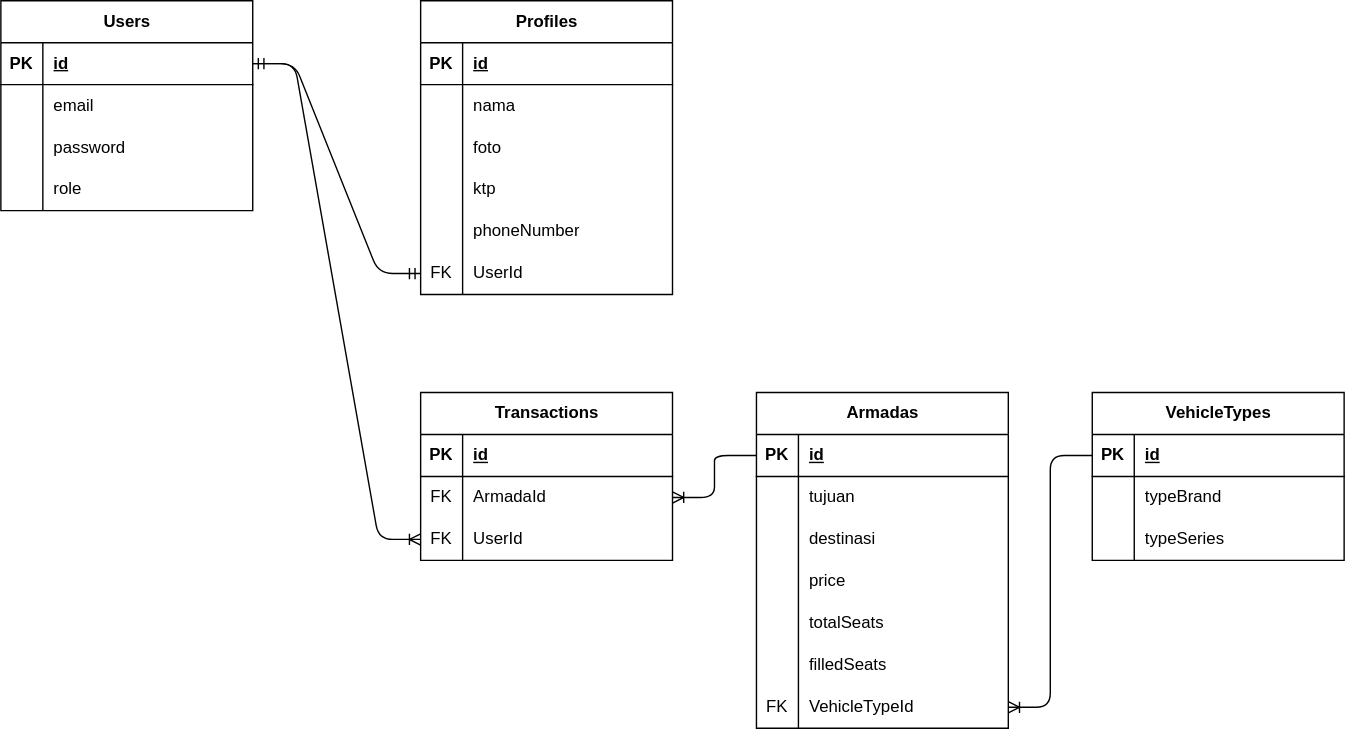
Earlier version of the draw.io export skema.drawio.svg (bondanilham/CahayaTravel). Source tidied: cells renumbered, new cells last; positions are measured from the earlier drawing's top-left corner, leaving out a move shared by most shapes.
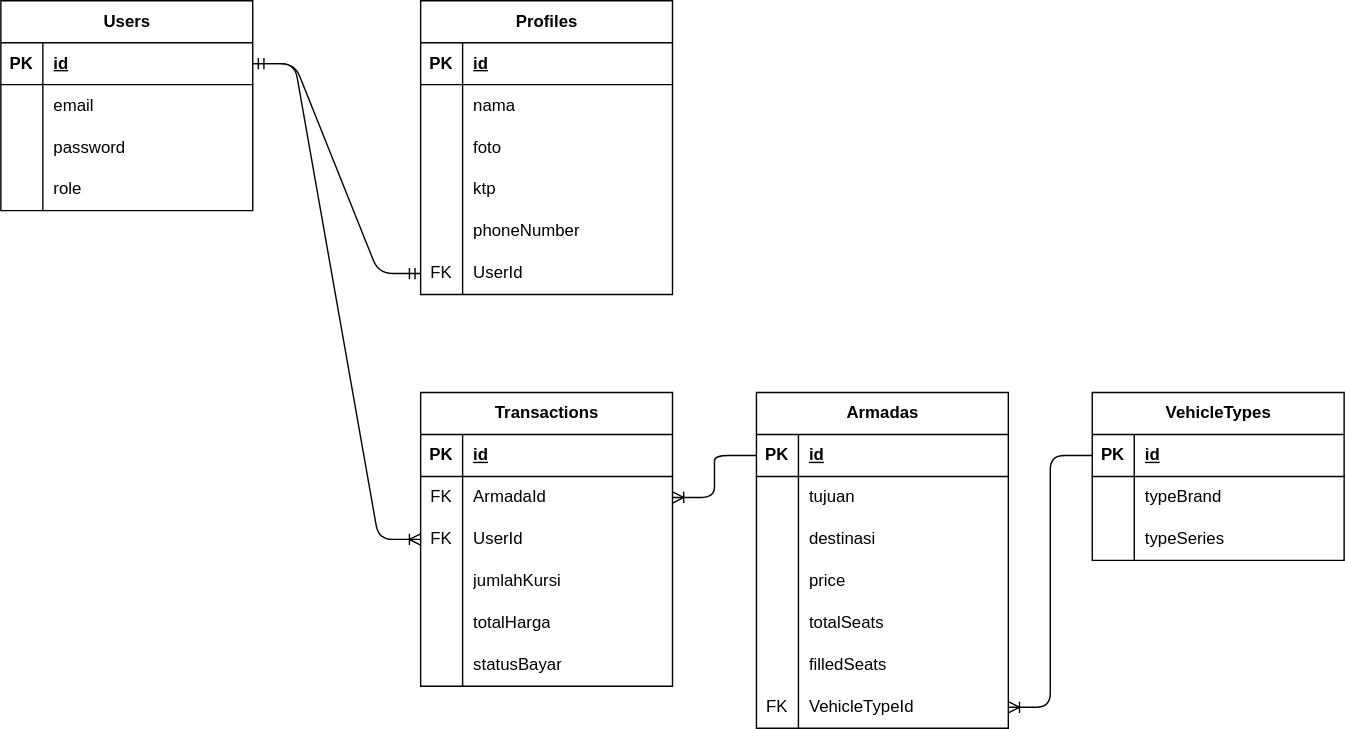
Later version of the same file.

What changed in the source:
```diff
@@ -102,7 +102,7 @@
       <mxGeometry relative="1" as="geometry" />
     </mxCell>
     <mxCell id="35" value="Transactions" style="shape=table;startSize=30;rowLines=0;fontStyle=1;align=center;html=1;" parent="1" vertex="1">
-      <mxGeometry x="300" y="280" width="180" height="120" as="geometry" />
+      <mxGeometry x="300" y="280" width="180" height="210" as="geometry" />
     </mxCell>
     <mxCell id="36" style="shape=tableRow;horizontal=0;startSize=0;swimlaneHead=0;swimlaneBody=0;fillColor=none;top=0;left=0;right=0;bottom=1;" parent="35" vertex="1">
       <mxGeometry y="30" width="180" height="30" as="geometry" />
@@ -131,6 +131,33 @@
     <mxCell id="44" value="UserId" style="shape=partialRectangle;fillColor=none;top=0;left=0;bottom=0;right=0;align=left;spacingLeft=6;overflow=hidden;whiteSpace=wrap;html=1;" parent="42" vertex="1">
       <mxGeometry x="30" width="150" height="30" as="geometry" />
     </mxCell>
+    <mxCell id="80" style="shape=tableRow;horizontal=0;startSize=0;swimlaneHead=0;swimlaneBody=0;fillColor=none;top=0;left=0;right=0;bottom=0;" parent="35" vertex="1">
+      <mxGeometry y="120" width="180" height="30" as="geometry" />
+    </mxCell>
+    <mxCell id="81" style="shape=partialRectangle;fillColor=none;top=0;left=0;bottom=0;right=0;overflow=hidden;whiteSpace=wrap;html=1;" parent="80" vertex="1">
+      <mxGeometry width="30" height="30" as="geometry" />
+    </mxCell>
+    <mxCell id="82" value="jumlahKursi" style="shape=partialRectangle;fillColor=none;top=0;left=0;bottom=0;right=0;align=left;spacingLeft=6;overflow=hidden;whiteSpace=wrap;html=1;" parent="80" vertex="1">
+      <mxGeometry x="30" width="150" height="30" as="geometry" />
+    </mxCell>
+    <mxCell id="83" style="shape=tableRow;horizontal=0;startSize=0;swimlaneHead=0;swimlaneBody=0;fillColor=none;top=0;left=0;right=0;bottom=0;" parent="35" vertex="1">
+      <mxGeometry y="150" width="180" height="30" as="geometry" />
+    </mxCell>
+    <mxCell id="84" style="shape=partialRectangle;fillColor=none;top=0;left=0;bottom=0;right=0;overflow=hidden;whiteSpace=wrap;html=1;" parent="83" vertex="1">
+      <mxGeometry width="30" height="30" as="geometry" />
+    </mxCell>
+    <mxCell id="85" value="totalHarga" style="shape=partialRectangle;fillColor=none;top=0;left=0;bottom=0;right=0;align=left;spacingLeft=6;overflow=hidden;whiteSpace=wrap;html=1;" parent="83" vertex="1">
+      <mxGeometry x="30" width="150" height="30" as="geometry" />
+    </mxCell>
+    <mxCell id="86" style="shape=tableRow;horizontal=0;startSize=0;swimlaneHead=0;swimlaneBody=0;fillColor=none;top=0;left=0;right=0;bottom=0;" parent="35" vertex="1">
+      <mxGeometry y="180" width="180" height="30" as="geometry" />
+    </mxCell>
+    <mxCell id="87" style="shape=partialRectangle;fillColor=none;top=0;left=0;bottom=0;right=0;overflow=hidden;whiteSpace=wrap;html=1;" parent="86" vertex="1">
+      <mxGeometry width="30" height="30" as="geometry" />
+    </mxCell>
+    <mxCell id="88" value="statusBayar" style="shape=partialRectangle;fillColor=none;top=0;left=0;bottom=0;right=0;align=left;spacingLeft=6;overflow=hidden;whiteSpace=wrap;html=1;" parent="86" vertex="1">
+      <mxGeometry x="30" width="150" height="30" as="geometry" />
+    </mxCell>
     <mxCell id="45" value="Armadas" style="shape=table;startSize=30;rowLines=0;fontStyle=1;align=center;html=1;" parent="1" vertex="1">
       <mxGeometry x="540" y="280" width="180" height="240" as="geometry" />
     </mxCell>
```
